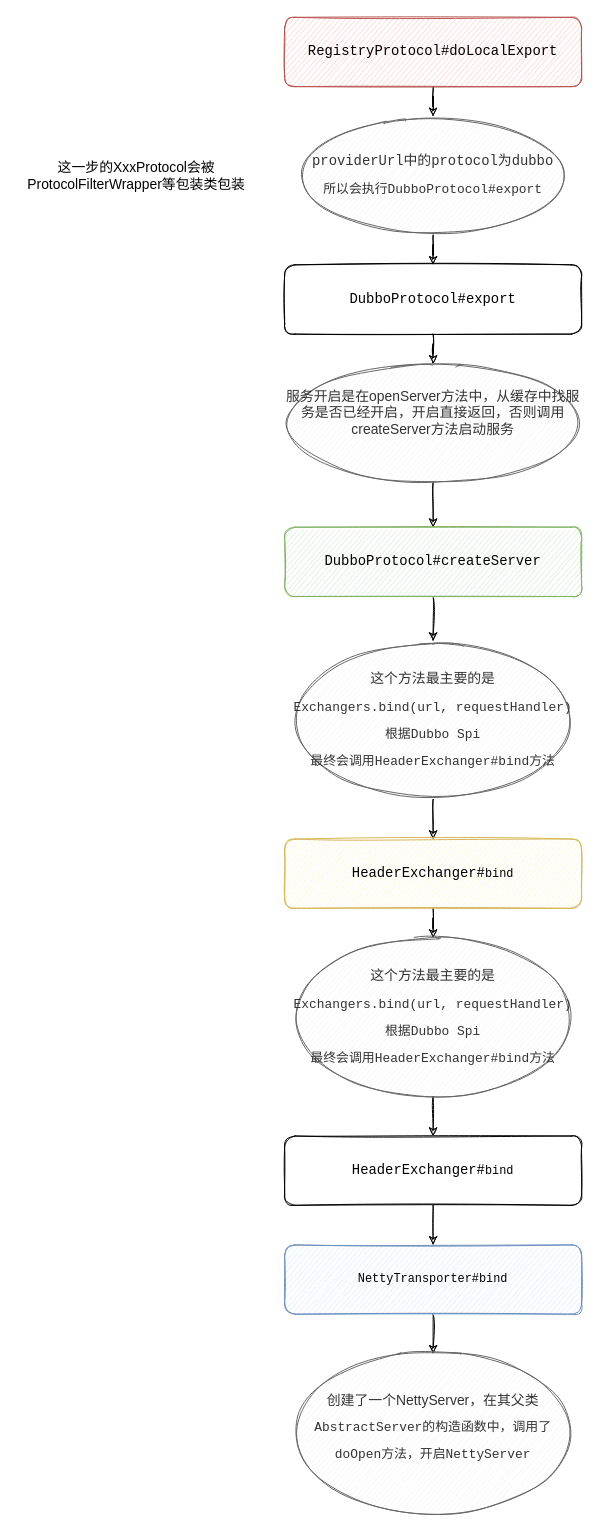
Earlier version of the draw.io diagram dubbo/dubbo服务启动的过程.drawio (erlieStar/diagrams). Source tidied: cells renumbered, new cells numbered last; positions are measured from the earlier drawing's top-left corner, leaving out a move shared by most shapes. Both pictures are drawn from the tidied source at 99%, with x=0, y=0 at pixel (17, 17).
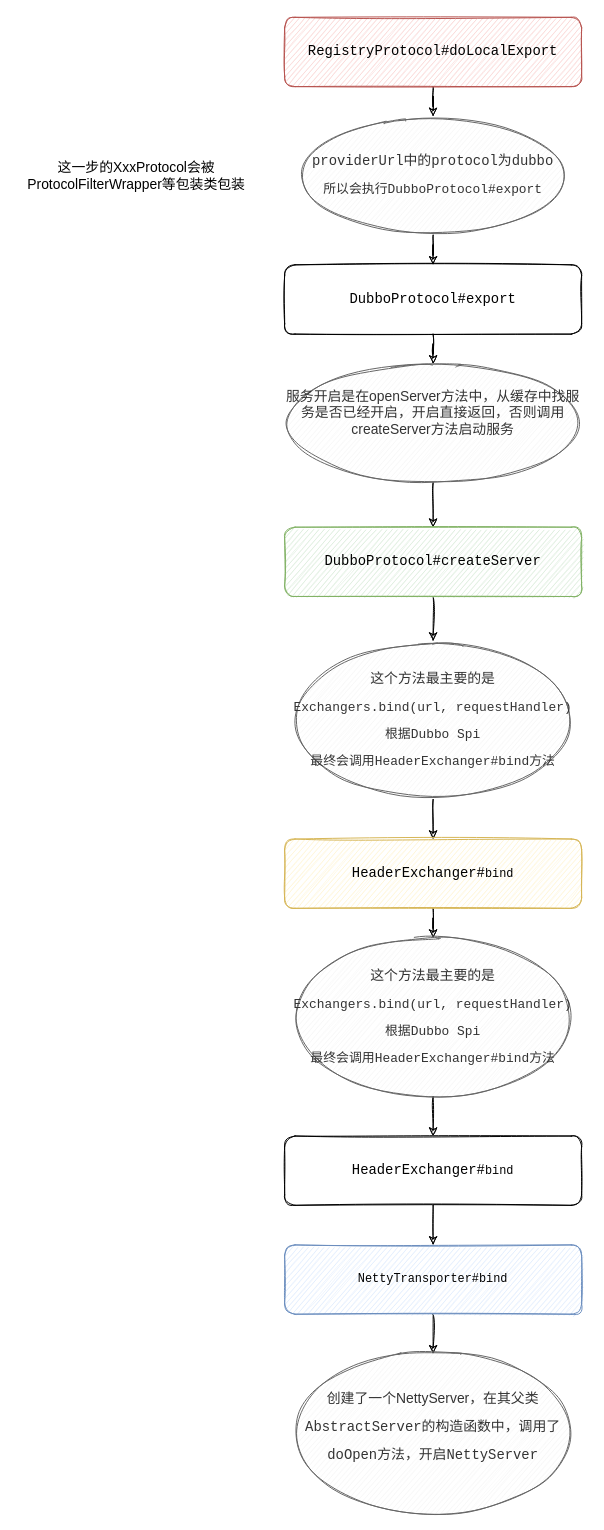
The same diagram, later.

Commit message (it also covers changes not shown here):
Update dubbo服务启动的过程.drawio

What changed in the source:
```diff
@@
-    <mxCell id="22" value="&lt;font style=&quot;font-size: 14px&quot;&gt;创建了一个NettyServer，在其父类&lt;br&gt;&lt;/font&gt;&lt;pre&gt;&lt;font size=&quot;3&quot;&gt;AbstractServer的构造函数中，调用了&lt;/font&gt;&lt;/pre&gt;&lt;pre&gt;&lt;font size=&quot;3&quot;&gt;doOpen方法，开启NettyServer&lt;/font&gt;&lt;/pre&gt;" style="ellipse;whiteSpace=wrap;html=1;shadow=0;sketch=1;fillColor=#f5f5f5;strokeColor=#666666;fontColor=#333333;" parent="1" vertex="1">
+    <mxCell id="22" value="&lt;font style=&quot;font-size: 14px&quot;&gt;创建了一个NettyServer，在其父类&lt;br&gt;&lt;/font&gt;&lt;pre&gt;&lt;font style=&quot;font-size: 14px&quot;&gt;AbstractServer的构造函数中，调用了&lt;/font&gt;&lt;/pre&gt;&lt;pre&gt;&lt;font style=&quot;font-size: 14px&quot;&gt;doOpen方法，开启NettyServer&lt;/font&gt;&lt;/pre&gt;" style="ellipse;whiteSpace=wrap;html=1;shadow=0;sketch=1;fillColor=#f5f5f5;strokeColor=#666666;fontColor=#333333;" parent="1" vertex="1">
       <mxGeometry x="275" y="1350" width="290" height="160" as="geometry" />
     </mxCell>
```
